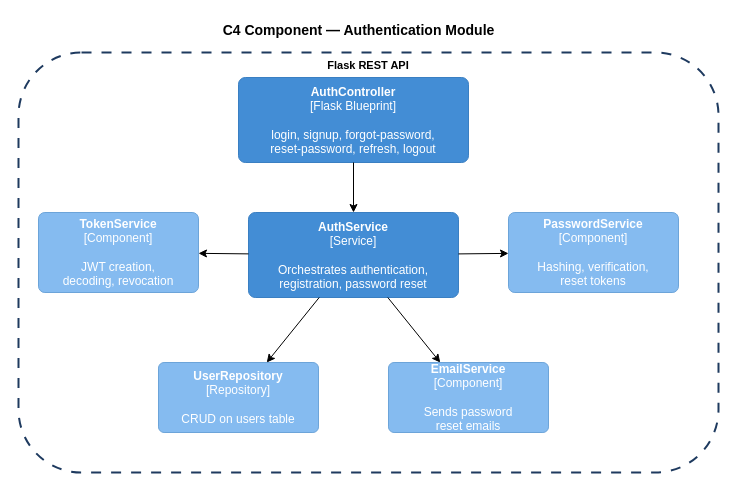
This is docs/detailed-designs/diagrams/drawio/c4_component_auth.drawio from QuinntyneBrown/LendQ, a draw.io file, before an edit. Source tidied: cells renumbered, new cells numbered last; positions are measured from the earlier drawing's top-left corner, leaving out a move shared by most shapes. Both pictures are drawn from the tidied source at 100%, with x=0, y=0 at pixel (18, 17).
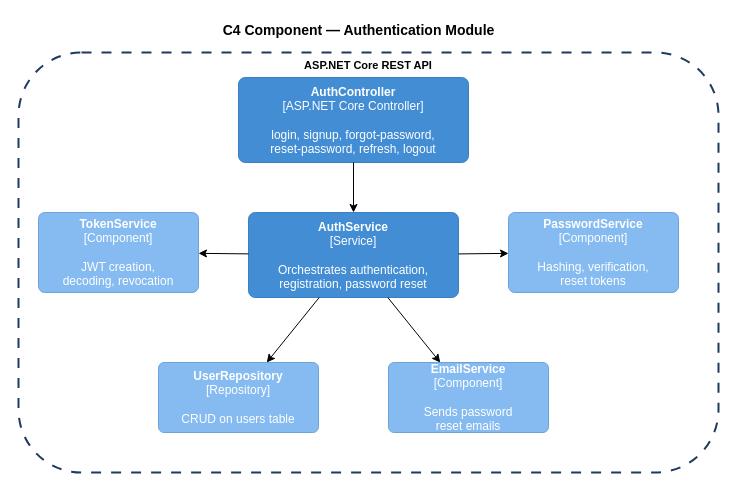
The same page after the edit.

What changed in the source:
```diff
@@
 <mxGraphModel>
   <root>
     <mxCell id="0" />
     <mxCell id="1" parent="0" />
     <mxCell id="2" value="C4 Component — Authentication Module" style="text;html=1;align=center;verticalAlign=middle;strokeColor=none;fillColor=none;fontSize=14;fontStyle=1;" parent="1" vertex="1">
       <mxGeometry x="160" width="360" height="25" as="geometry" />
     </mxCell>
-    <mxCell id="3" value="Flask REST API" style="rounded=1;whiteSpace=wrap;html=1;fillColor=none;strokeColor=#1e3a5f;dashed=1;dashPattern=5 5;verticalAlign=top;fontStyle=1;fontSize=11;strokeWidth=2;" parent="1" vertex="1">
+    <mxCell id="3" value="ASP.NET Core REST API" style="rounded=1;whiteSpace=wrap;html=1;fillColor=none;strokeColor=#1e3a5f;dashed=1;dashPattern=5 5;verticalAlign=top;fontStyle=1;fontSize=11;strokeWidth=2;" parent="1" vertex="1">
       <mxGeometry y="35" width="700" height="420" as="geometry" />
     </mxCell>
-    <mxCell id="4" value="&lt;b&gt;AuthController&lt;/b&gt;&lt;br&gt;[Flask Blueprint]&lt;br&gt;&lt;br&gt;login, signup, forgot-password,&lt;br&gt;reset-password, refresh, logout" style="rounded=1;whiteSpace=wrap;html=1;fillColor=#438DD5;fontColor=#ffffff;strokeColor=#3a7fc2;arcSize=8;" parent="1" vertex="1">
+    <mxCell id="4" value="&lt;b&gt;AuthController&lt;/b&gt;&lt;br&gt;[ASP.NET Core Controller]&lt;br&gt;&lt;br&gt;login, signup, forgot-password,&lt;br&gt;reset-password, refresh, logout" style="rounded=1;whiteSpace=wrap;html=1;fillColor=#438DD5;fontColor=#ffffff;strokeColor=#3a7fc2;arcSize=8;" parent="1" vertex="1">
       <mxGeometry x="220" y="60" width="230" height="85" as="geometry" />
     </mxCell>
     <mxCell id="5" value="&lt;b&gt;AuthService&lt;/b&gt;&lt;br&gt;[Service]&lt;br&gt;&lt;br&gt;Orchestrates authentication,&lt;br&gt;registration, password reset" style="rounded=1;whiteSpace=wrap;html=1;fillColor=#438DD5;fontColor=#ffffff;strokeColor=#3a7fc2;arcSize=8;" parent="1" vertex="1">
       <mxGeometry x="230" y="195" width="210" height="85" as="geometry" />
     </mxCell>
     <mxCell id="6" value="&lt;b&gt;TokenService&lt;/b&gt;&lt;br&gt;[Component]&lt;br&gt;&lt;br&gt;JWT creation,&lt;br&gt;decoding, revocation" style="rounded=1;whiteSpace=wrap;html=1;fillColor=#85BBF0;fontColor=#ffffff;strokeColor=#6ca4d9;arcSize=8;" parent="1" vertex="1">
       <mxGeometry x="20" y="195" width="160" height="80" as="geometry" />
     </mxCell>
     <mxCell id="7" value="&lt;b&gt;PasswordService&lt;/b&gt;&lt;br&gt;[Component]&lt;br&gt;&lt;br&gt;Hashing, verification,&lt;br&gt;reset tokens" style="rounded=1;whiteSpace=wrap;html=1;fillColor=#85BBF0;fontColor=#ffffff;strokeColor=#6ca4d9;arcSize=8;" parent="1" vertex="1">
       <mxGeometry x="490" y="195" width="170" height="80" as="geometry" />
     </mxCell>
     <mxCell id="8" value="&lt;b&gt;UserRepository&lt;/b&gt;&lt;br&gt;[Repository]&lt;br&gt;&lt;br&gt;CRUD on users table" style="rounded=1;whiteSpace=wrap;html=1;fillColor=#85BBF0;fontColor=#ffffff;strokeColor=#6ca4d9;arcSize=8;" parent="1" vertex="1">
       <mxGeometry x="140" y="345" width="160" height="70" as="geometry" />
     </mxCell>
     <mxCell id="9" value="&lt;b&gt;EmailService&lt;/b&gt;&lt;br&gt;[Component]&lt;br&gt;&lt;br&gt;Sends password&lt;br&gt;reset emails" style="rounded=1;whiteSpace=wrap;html=1;fillColor=#85BBF0;fontColor=#ffffff;strokeColor=#6ca4d9;arcSize=8;" parent="1" vertex="1">
       <mxGeometry x="370" y="345" width="160" height="70" as="geometry" />
     </mxCell>
     <mxCell id="10" style="endArrow=classic;html=1;" parent="1" edge="1" source="4" target="5">
       <mxGeometry relative="1" as="geometry" />
     </mxCell>
     <mxCell id="11" style="endArrow=classic;html=1;" parent="1" edge="1" source="5" target="6">
       <mxGeometry relative="1" as="geometry" />
     </mxCell>
     <mxCell id="12" style="endArrow=classic;html=1;" parent="1" edge="1" source="5" target="7">
       <mxGeometry relative="1" as="geometry" />
     </mxCell>
     <mxCell id="13" style="endArrow=classic;html=1;" parent="1" edge="1" source="5" target="8">
       <mxGeometry relative="1" as="geometry" />
     </mxCell>
     <mxCell id="14" style="endArrow=classic;html=1;" parent="1" edge="1" source="5" target="9">
       <mxGeometry relative="1" as="geometry" />
     </mxCell>
   </root>
 </mxGraphModel>
```
